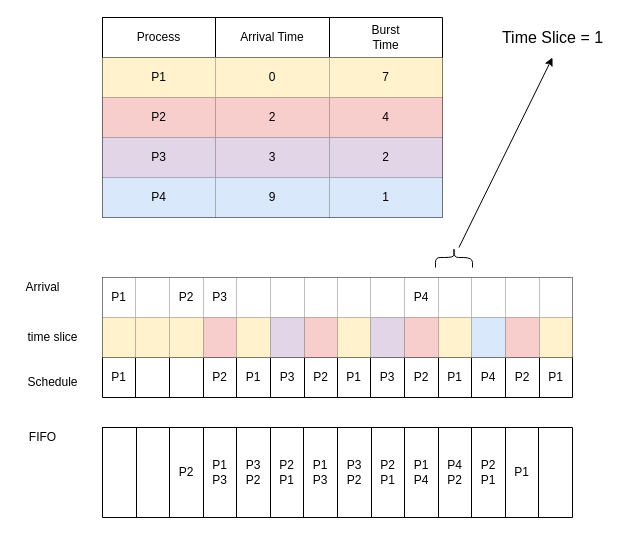
This is Round Robin Scheduling priority.drawio from estraining/diagram-store, a draw.io file, before an edit. Source tidied: cells renumbered, new cells numbered last; positions are measured from the earlier drawing's top-left corner, leaving out a move shared by most shapes. Both pictures are drawn from the tidied source at 100%, with x=0, y=0 at pixel (17, 17).
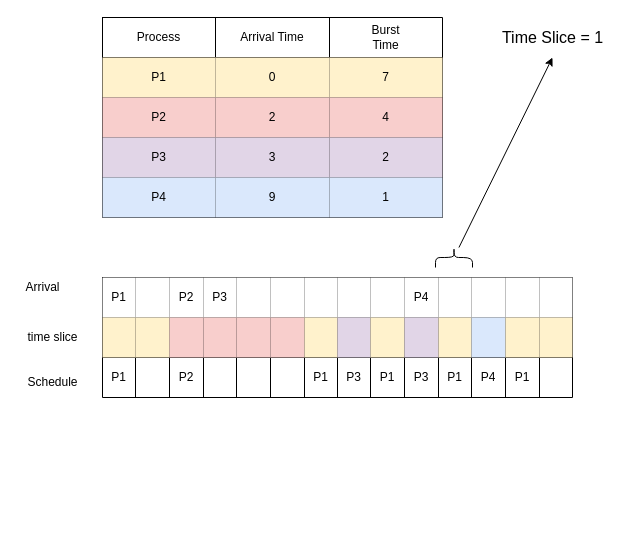
Above is the later version.

The change refers to these unchanged cells:
```xml
<mxCell id="39" style="shape=partialRectangle;html=1;whiteSpace=wrap;fillColor=none;top=0;left=0;bottom=0;right=0;" parent="23" vertex="1">
  <mxGeometry y="40" width="470" height="40" as="geometry" />
</mxCell>
<mxCell id="54" style="shape=partialRectangle;html=1;whiteSpace=wrap;fillColor=none;top=0;left=0;bottom=0;right=0;" parent="23" vertex="1">
  <mxGeometry y="80" width="470" height="40" as="geometry" />
</mxCell>
```

What changed in the source:
```diff
@@
-    <mxCell id="42" style="shape=partialRectangle;html=1;whiteSpace=wrap;overflow=hidden;fillColor=#fff2cc;top=0;left=0;bottom=0;right=0;strokeColor=#d6b656;" parent="39" vertex="1">
+    <mxCell id="42" style="shape=partialRectangle;html=1;whiteSpace=wrap;overflow=hidden;fillColor=#f8cecc;top=0;left=0;bottom=0;right=0;strokeColor=#b85450;" parent="39" vertex="1">
       <mxGeometry x="67" width="34" height="40" as="geometry" />
     </mxCell>
@@
-    <mxCell id="44" style="shape=partialRectangle;html=1;whiteSpace=wrap;overflow=hidden;fillColor=#fff2cc;top=0;left=0;bottom=0;right=0;strokeColor=#d6b656;" parent="39" vertex="1">
+    <mxCell id="44" style="shape=partialRectangle;html=1;whiteSpace=wrap;overflow=hidden;fillColor=#f8cecc;top=0;left=0;bottom=0;right=0;strokeColor=#b85450;" parent="39" vertex="1">
       <mxGeometry x="134" width="34" height="40" as="geometry" />
     </mxCell>
-    <mxCell id="45" style="shape=partialRectangle;html=1;whiteSpace=wrap;overflow=hidden;fillColor=#e1d5e7;top=0;left=0;bottom=0;right=0;strokeColor=#9673a6;" parent="39" vertex="1">
+    <mxCell id="45" style="shape=partialRectangle;html=1;whiteSpace=wrap;overflow=hidden;fillColor=#f8cecc;top=0;left=0;bottom=0;right=0;strokeColor=#b85450;" parent="39" vertex="1">
       <mxGeometry x="168" width="34" height="40" as="geometry" />
     </mxCell>
-    <mxCell id="46" style="shape=partialRectangle;html=1;whiteSpace=wrap;overflow=hidden;fillColor=#f8cecc;top=0;left=0;bottom=0;right=0;strokeColor=#b85450;" parent="39" vertex="1">
+    <mxCell id="46" style="shape=partialRectangle;html=1;whiteSpace=wrap;overflow=hidden;fillColor=#fff2cc;top=0;left=0;bottom=0;right=0;strokeColor=#d6b656;" parent="39" vertex="1">
       <mxGeometry x="202" width="33" height="40" as="geometry" />
     </mxCell>
-    <mxCell id="47" style="shape=partialRectangle;html=1;whiteSpace=wrap;overflow=hidden;fillColor=#fff2cc;top=0;left=0;bottom=0;right=0;strokeColor=#d6b656;" parent="39" vertex="1">
+    <mxCell id="47" style="shape=partialRectangle;html=1;whiteSpace=wrap;overflow=hidden;fillColor=#e1d5e7;top=0;left=0;bottom=0;right=0;strokeColor=#9673a6;" parent="39" vertex="1">
       <mxGeometry x="235" width="33" height="40" as="geometry" />
     </mxCell>
-    <mxCell id="48" style="shape=partialRectangle;html=1;whiteSpace=wrap;overflow=hidden;fillColor=#e1d5e7;top=0;left=0;bottom=0;right=0;strokeColor=#9673a6;" parent="39" vertex="1">
+    <mxCell id="48" style="shape=partialRectangle;html=1;whiteSpace=wrap;overflow=hidden;fillColor=#fff2cc;top=0;left=0;bottom=0;right=0;strokeColor=#d6b656;" parent="39" vertex="1">
       <mxGeometry x="268" width="34" height="40" as="geometry" />
     </mxCell>
-    <mxCell id="49" style="shape=partialRectangle;html=1;whiteSpace=wrap;overflow=hidden;fillColor=#f8cecc;top=0;left=0;bottom=0;right=0;strokeColor=#b85450;" parent="39" vertex="1">
+    <mxCell id="49" style="shape=partialRectangle;html=1;whiteSpace=wrap;overflow=hidden;fillColor=#e1d5e7;top=0;left=0;bottom=0;right=0;strokeColor=#9673a6;" parent="39" vertex="1">
       <mxGeometry x="302" width="34" height="40" as="geometry" />
     </mxCell>
@@
-    <mxCell id="52" style="shape=partialRectangle;html=1;whiteSpace=wrap;overflow=hidden;fillColor=#f8cecc;top=0;left=0;bottom=0;right=0;strokeColor=#b85450;" parent="39" vertex="1">
+    <mxCell id="52" style="shape=partialRectangle;html=1;whiteSpace=wrap;overflow=hidden;fillColor=#fff2cc;top=0;left=0;bottom=0;right=0;strokeColor=#d6b656;" parent="39" vertex="1">
       <mxGeometry x="403" width="34" height="40" as="geometry" />
     </mxCell>
@@
-    <mxCell id="57" style="shape=partialRectangle;html=1;whiteSpace=wrap;overflow=hidden;fillColor=none;top=0;left=0;bottom=0;right=0;" parent="54" vertex="1">
+    <mxCell id="57" value="P2" style="shape=partialRectangle;html=1;whiteSpace=wrap;overflow=hidden;fillColor=none;top=0;left=0;bottom=0;right=0;" parent="54" vertex="1">
       <mxGeometry x="67" width="34" height="40" as="geometry" />
     </mxCell>
-    <mxCell id="58" value="P2" style="shape=partialRectangle;html=1;whiteSpace=wrap;overflow=hidden;fillColor=none;top=0;left=0;bottom=0;right=0;" parent="54" vertex="1">
+    <mxCell id="58" style="shape=partialRectangle;html=1;whiteSpace=wrap;overflow=hidden;fillColor=none;top=0;left=0;bottom=0;right=0;" parent="54" vertex="1">
       <mxGeometry x="101" width="33" height="40" as="geometry" />
     </mxCell>
-    <mxCell id="59" value="P1" style="shape=partialRectangle;html=1;whiteSpace=wrap;overflow=hidden;fillColor=none;top=0;left=0;bottom=0;right=0;" parent="54" vertex="1">
+    <mxCell id="59" style="shape=partialRectangle;html=1;whiteSpace=wrap;overflow=hidden;fillColor=none;top=0;left=0;bottom=0;right=0;" parent="54" vertex="1">
       <mxGeometry x="134" width="34" height="40" as="geometry" />
     </mxCell>
-    <mxCell id="60" value="P3" style="shape=partialRectangle;html=1;whiteSpace=wrap;overflow=hidden;fillColor=none;top=0;left=0;bottom=0;right=0;" parent="54" vertex="1">
+    <mxCell id="60" style="shape=partialRectangle;html=1;whiteSpace=wrap;overflow=hidden;fillColor=none;top=0;left=0;bottom=0;right=0;" parent="54" vertex="1">
       <mxGeometry x="168" width="34" height="40" as="geometry" />
     </mxCell>
-    <mxCell id="61" value="P2" style="shape=partialRectangle;html=1;whiteSpace=wrap;overflow=hidden;fillColor=none;top=0;left=0;bottom=0;right=0;" parent="54" vertex="1">
+    <mxCell id="61" value="P1" style="shape=partialRectangle;html=1;whiteSpace=wrap;overflow=hidden;fillColor=none;top=0;left=0;bottom=0;right=0;" parent="54" vertex="1">
       <mxGeometry x="202" width="33" height="40" as="geometry" />
     </mxCell>
-    <mxCell id="62" value="P1" style="shape=partialRectangle;html=1;whiteSpace=wrap;overflow=hidden;fillColor=none;top=0;left=0;bottom=0;right=0;" parent="54" vertex="1">
+    <mxCell id="62" value="P3" style="shape=partialRectangle;html=1;whiteSpace=wrap;overflow=hidden;fillColor=none;top=0;left=0;bottom=0;right=0;" parent="54" vertex="1">
       <mxGeometry x="235" width="33" height="40" as="geometry" />
     </mxCell>
-    <mxCell id="63" value="P3" style="shape=partialRectangle;html=1;whiteSpace=wrap;overflow=hidden;fillColor=none;top=0;left=0;bottom=0;right=0;" parent="54" vertex="1">
+    <mxCell id="63" value="P1" style="shape=partialRectangle;html=1;whiteSpace=wrap;overflow=hidden;fillColor=none;top=0;left=0;bottom=0;right=0;" parent="54" vertex="1">
       <mxGeometry x="268" width="34" height="40" as="geometry" />
     </mxCell>
-    <mxCell id="64" value="P2" style="shape=partialRectangle;html=1;whiteSpace=wrap;overflow=hidden;fillColor=none;top=0;left=0;bottom=0;right=0;" parent="54" vertex="1">
+    <mxCell id="64" value="P3" style="shape=partialRectangle;html=1;whiteSpace=wrap;overflow=hidden;fillColor=none;top=0;left=0;bottom=0;right=0;" parent="54" vertex="1">
       <mxGeometry x="302" width="34" height="40" as="geometry" />
     </mxCell>
@@
-    <mxCell id="67" value="P2" style="shape=partialRectangle;html=1;whiteSpace=wrap;overflow=hidden;fillColor=none;top=0;left=0;bottom=0;right=0;" parent="54" vertex="1">
+    <mxCell id="67" value="P1" style="shape=partialRectangle;html=1;whiteSpace=wrap;overflow=hidden;fillColor=none;top=0;left=0;bottom=0;right=0;" parent="54" vertex="1">
       <mxGeometry x="403" width="34" height="40" as="geometry" />
     </mxCell>
-    <mxCell id="68" value="P1" style="shape=partialRectangle;html=1;whiteSpace=wrap;overflow=hidden;fillColor=none;top=0;left=0;bottom=0;right=0;" parent="54" vertex="1">
+    <mxCell id="68" style="shape=partialRectangle;html=1;whiteSpace=wrap;overflow=hidden;fillColor=none;top=0;left=0;bottom=0;right=0;" parent="54" vertex="1">
       <mxGeometry x="437" width="33" height="40" as="geometry" />
     </mxCell>
-    <mxCell id="69" value="FIFO" style="text;html=1;align=center;verticalAlign=middle;" parent="1" vertex="1">
-      <mxGeometry x="5" y="410" width="40" height="20" as="geometry" />
-    </mxCell>
@@
-    <mxCell id="74" style="shape=table;html=1;whiteSpace=wrap;startSize=0;childLayout=tableLayout;" parent="1" vertex="1">
-      <mxGeometry x="85" y="410" width="470" height="90" as="geometry" />
-    </mxCell>
-    <mxCell id="75" style="shape=partialRectangle;html=1;whiteSpace=wrap;fillColor=none;top=0;left=0;bottom=0;right=0;" parent="74" vertex="1">
-      <mxGeometry width="470" height="90" as="geometry" />
-    </mxCell>
-    <mxCell id="76" style="shape=partialRectangle;html=1;whiteSpace=wrap;overflow=hidden;fillColor=none;top=0;left=0;bottom=0;right=0;" parent="75" vertex="1">
-      <mxGeometry width="34" height="90" as="geometry" />
-    </mxCell>
-    <mxCell id="77" style="shape=partialRectangle;html=1;whiteSpace=wrap;overflow=hidden;fillColor=none;top=0;left=0;bottom=0;right=0;" parent="75" vertex="1">
-      <mxGeometry x="34" width="33" height="90" as="geometry" />
-    </mxCell>
-    <mxCell id="78" value="P2" style="shape=partialRectangle;html=1;whiteSpace=wrap;overflow=hidden;fillColor=none;top=0;left=0;bottom=0;right=0;" parent="75" vertex="1">
-      <mxGeometry x="67" width="34" height="90" as="geometry" />
-    </mxCell>
-    <mxCell id="79" value="P1&lt;br&gt;P3" style="shape=partialRectangle;html=1;whiteSpace=wrap;overflow=hidden;fillColor=none;top=0;left=0;bottom=0;right=0;" parent="75" vertex="1">
-      <mxGeometry x="101" width="33" height="90" as="geometry" />
-    </mxCell>
-    <mxCell id="80" value="P3&lt;br&gt;P2" style="shape=partialRectangle;html=1;whiteSpace=wrap;overflow=hidden;fillColor=none;top=0;left=0;bottom=0;right=0;" parent="75" vertex="1">
-      <mxGeometry x="134" width="34" height="90" as="geometry" />
-    </mxCell>
-    <mxCell id="81" value="P2&lt;br&gt;P1" style="shape=partialRectangle;html=1;whiteSpace=wrap;overflow=hidden;fillColor=none;top=0;left=0;bottom=0;right=0;" parent="75" vertex="1">
-      <mxGeometry x="168" width="33" height="90" as="geometry" />
-    </mxCell>
-    <mxCell id="82" value="P1&lt;br&gt;P3" style="shape=partialRectangle;html=1;whiteSpace=wrap;overflow=hidden;fillColor=none;top=0;left=0;bottom=0;right=0;" parent="75" vertex="1">
-      <mxGeometry x="201" width="34" height="90" as="geometry" />
-    </mxCell>
-    <mxCell id="83" value="P3&lt;br&gt;P2" style="shape=partialRectangle;html=1;whiteSpace=wrap;overflow=hidden;fillColor=none;top=0;left=0;bottom=0;right=0;" parent="75" vertex="1">
-      <mxGeometry x="235" width="34" height="90" as="geometry" />
-    </mxCell>
-    <mxCell id="84" value="P2&lt;br&gt;P1" style="shape=partialRectangle;html=1;whiteSpace=wrap;overflow=hidden;fillColor=none;top=0;left=0;bottom=0;right=0;" parent="75" vertex="1">
-      <mxGeometry x="269" width="33" height="90" as="geometry" />
-    </mxCell>
-    <mxCell id="85" value="P1&lt;br&gt;P4" style="shape=partialRectangle;html=1;whiteSpace=wrap;overflow=hidden;fillColor=none;top=0;left=0;bottom=0;right=0;" parent="75" vertex="1">
-      <mxGeometry x="302" width="34" height="90" as="geometry" />
-    </mxCell>
-    <mxCell id="86" value="P4&lt;br&gt;P2" style="shape=partialRectangle;html=1;whiteSpace=wrap;overflow=hidden;fillColor=none;top=0;left=0;bottom=0;right=0;" parent="75" vertex="1">
-      <mxGeometry x="336" width="33" height="90" as="geometry" />
-    </mxCell>
-    <mxCell id="87" value="P2&lt;br&gt;P1" style="shape=partialRectangle;html=1;whiteSpace=wrap;overflow=hidden;fillColor=none;top=0;left=0;bottom=0;right=0;" parent="75" vertex="1">
-      <mxGeometry x="369" width="34" height="90" as="geometry" />
-    </mxCell>
-    <mxCell id="88" value="P1" style="shape=partialRectangle;html=1;whiteSpace=wrap;overflow=hidden;fillColor=none;top=0;left=0;bottom=0;right=0;" parent="75" vertex="1">
-      <mxGeometry x="403" width="33" height="90" as="geometry" />
-    </mxCell>
-    <mxCell id="89" style="shape=partialRectangle;html=1;whiteSpace=wrap;overflow=hidden;fillColor=none;top=0;left=0;bottom=0;right=0;" parent="75" vertex="1">
-      <mxGeometry x="436" width="34" height="90" as="geometry" />
-    </mxCell>
```
